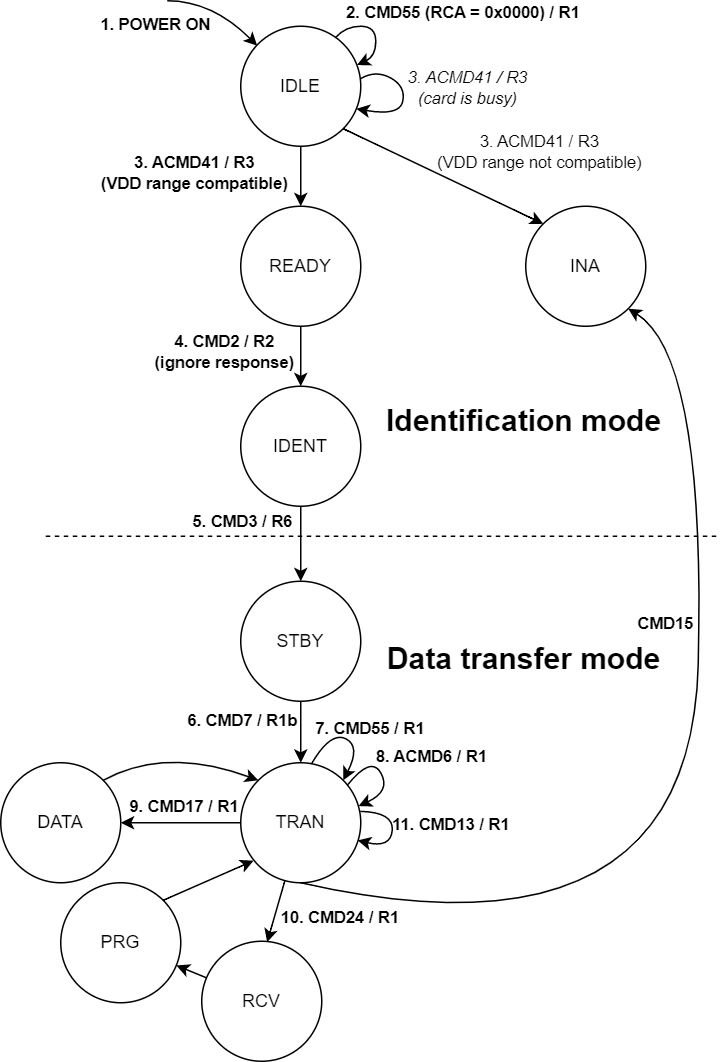
Earlier version of the draw.io export docs/SD/SD_card_states.png (sirazenkov/GhostSD). Source tidied: cells renumbered, new cells last; positions are measured from the earlier drawing's top-left corner, leaving out a move shared by most shapes.
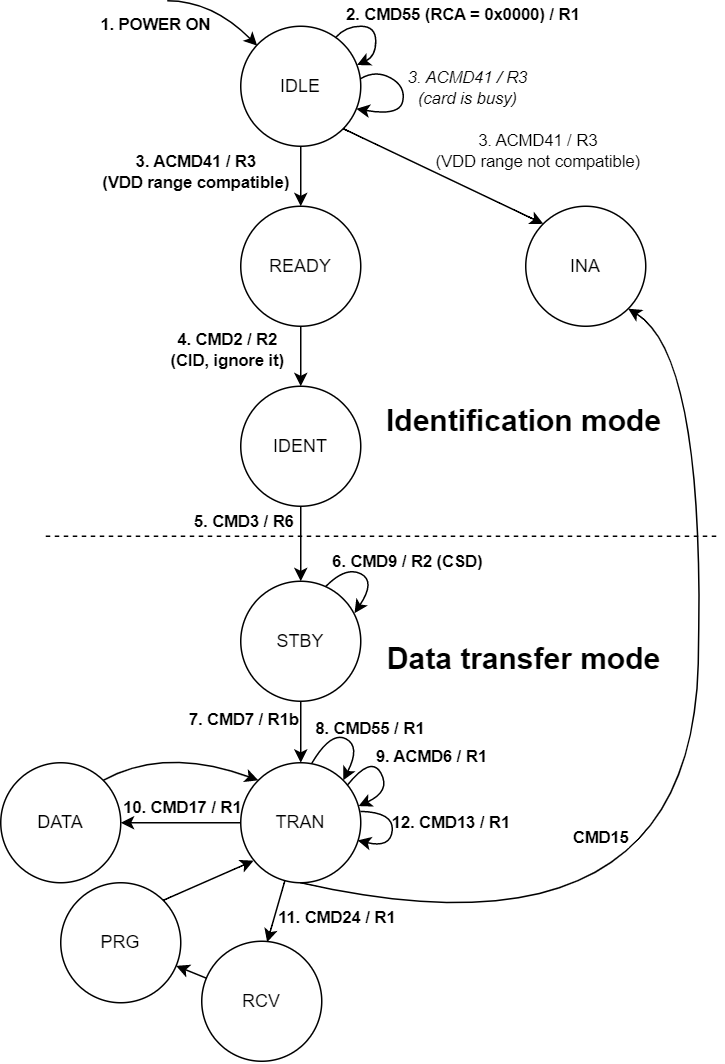
After the commit.

Diff of the diagram source:
```diff
@@ -78,9 +78,9 @@
         <mxPoint x="200" y="257" as="targetPoint" />
       </mxGeometry>
     </mxCell>
-    <mxCell id="17" value="&lt;b style=&quot;&quot;&gt;4. CMD2 / R2&lt;br&gt;(ignore response)&lt;br&gt;&lt;/b&gt;" style="edgeLabel;html=1;align=center;verticalAlign=middle;labelBackgroundColor=none;" parent="16" vertex="1">
+    <mxCell id="17" value="&lt;b style=&quot;&quot;&gt;4. CMD2 / R2&lt;br&gt;(CID, ignore it)&lt;br&gt;&lt;/b&gt;" style="edgeLabel;html=1;align=center;verticalAlign=middle;labelBackgroundColor=none;" parent="16" vertex="1">
       <mxGeometry x="-0.1" y="-1" relative="1" as="geometry">
-        <mxPoint x="-50" y="-2" as="offset" />
+        <mxPoint x="-49" y="-2" as="offset" />
       </mxGeometry>
     </mxCell>
     <mxCell id="18" value="STBY" style="ellipse;whiteSpace=wrap;html=1;" parent="1" vertex="1">
@@ -114,7 +114,7 @@
     <mxCell id="25" style="endArrow=classic;html=1;rounded=0;fontSize=20;entryX=0.5;entryY=0;entryDx=0;entryDy=0;exitX=0.5;exitY=1;exitDx=0;exitDy=0;" parent="1" edge="1" source="18" target="24">
       <mxGeometry relative="1" as="geometry" />
     </mxCell>
-    <mxCell id="26" value="&lt;span style=&quot;font-size: 11px;&quot;&gt;&lt;b&gt;6. CMD7 / R1b&lt;/b&gt;&lt;/span&gt;" style="edgeLabel;html=1;align=center;verticalAlign=middle;fontSize=20;labelBackgroundColor=none;" parent="25" vertex="1">
+    <mxCell id="26" value="&lt;span style=&quot;font-size: 11px;&quot;&gt;&lt;b&gt;7. CMD7 / R1b&lt;/b&gt;&lt;/span&gt;" style="edgeLabel;html=1;align=center;verticalAlign=middle;fontSize=20;labelBackgroundColor=none;" parent="25" vertex="1">
       <mxGeometry x="0.56" y="1" relative="1" as="geometry">
         <mxPoint x="-40" y="-24" as="offset" />
       </mxGeometry>
@@ -128,7 +128,7 @@
         </Array>
       </mxGeometry>
     </mxCell>
-    <mxCell id="28" value="&lt;b style=&quot;&quot;&gt;7. CMD55 / R1&lt;/b&gt;" style="edgeLabel;html=1;align=center;verticalAlign=middle;labelBackgroundColor=none;" parent="27" vertex="1">
+    <mxCell id="28" value="&lt;b style=&quot;&quot;&gt;8. CMD55 / R1&lt;/b&gt;" style="edgeLabel;html=1;align=center;verticalAlign=middle;labelBackgroundColor=none;" parent="27" vertex="1">
       <mxGeometry x="-0.1" y="-1" relative="1" as="geometry">
         <mxPoint x="19" y="-7" as="offset" />
       </mxGeometry>
@@ -136,9 +136,9 @@
     <mxCell id="29" style="curved=1;endArrow=classic;html=1;rounded=0;exitX=0;exitY=0.5;exitDx=0;exitDy=0;entryX=1;entryY=0.5;entryDx=0;entryDy=0;" parent="1" edge="1" source="24" target="33">
       <mxGeometry relative="1" as="geometry" />
     </mxCell>
-    <mxCell id="30" value="&lt;b&gt;9. CMD17 / R1&lt;/b&gt;" style="edgeLabel;html=1;align=center;verticalAlign=middle;fontSize=11;labelBackgroundColor=none;" parent="29" vertex="1">
+    <mxCell id="30" value="&lt;b&gt;10. CMD17 / R1&lt;/b&gt;" style="edgeLabel;html=1;align=center;verticalAlign=middle;fontSize=11;labelBackgroundColor=none;" parent="29" vertex="1">
       <mxGeometry x="-0.38" relative="1" as="geometry">
-        <mxPoint x="-14" y="-11" as="offset" />
+        <mxPoint x="-15" y="-11" as="offset" />
       </mxGeometry>
     </mxCell>
     <mxCell id="31" style="curved=1;endArrow=classic;html=1;rounded=0;exitX=0.926;exitY=0.237;exitDx=0;exitDy=0;exitPerimeter=0;entryX=0.982;entryY=0.361;entryDx=0;entryDy=0;entryPerimeter=0;" parent="1" edge="1" target="24">
@@ -150,7 +150,7 @@
         </Array>
       </mxGeometry>
     </mxCell>
-    <mxCell id="32" value="&lt;b style=&quot;&quot;&gt;8. ACMD6 / R1&lt;/b&gt;" style="edgeLabel;html=1;align=center;verticalAlign=middle;labelBackgroundColor=none;" parent="31" vertex="1">
+    <mxCell id="32" value="&lt;b style=&quot;&quot;&gt;9. ACMD6 / R1&lt;/b&gt;" style="edgeLabel;html=1;align=center;verticalAlign=middle;labelBackgroundColor=none;" parent="31" vertex="1">
       <mxGeometry x="-0.1" y="-1" relative="1" as="geometry">
         <mxPoint x="36" y="-8" as="offset" />
       </mxGeometry>
@@ -174,9 +174,9 @@
     <mxCell id="37" style="curved=1;endArrow=classic;html=1;rounded=0;exitX=0.367;exitY=0.985;exitDx=0;exitDy=0;entryX=0.545;entryY=0.008;entryDx=0;entryDy=0;entryPerimeter=0;exitPerimeter=0;" parent="1" edge="1" source="24" target="36">
       <mxGeometry relative="1" as="geometry" />
     </mxCell>
-    <mxCell id="38" value="&lt;b&gt;10. CMD24 / R1&lt;/b&gt;" style="edgeLabel;html=1;align=center;verticalAlign=middle;fontSize=11;labelBackgroundColor=none;" parent="37" vertex="1">
+    <mxCell id="38" value="&lt;b&gt;11. CMD24 / R1&lt;/b&gt;" style="edgeLabel;html=1;align=center;verticalAlign=middle;fontSize=11;labelBackgroundColor=none;" parent="37" vertex="1">
       <mxGeometry x="-0.38" relative="1" as="geometry">
-        <mxPoint x="40" y="11" as="offset" />
+        <mxPoint x="38" y="11" as="offset" />
       </mxGeometry>
     </mxCell>
     <mxCell id="39" value="PRG" style="ellipse;whiteSpace=wrap;html=1;" parent="1" vertex="1">
@@ -195,7 +195,7 @@
     </mxCell>
     <mxCell id="42" value="&lt;b&gt;CMD15&lt;/b&gt;" style="edgeLabel;html=1;align=center;verticalAlign=middle;fontSize=11;" parent="41" vertex="1">
       <mxGeometry x="0.35" relative="1" as="geometry">
-        <mxPoint x="-23" y="-1" as="offset" />
+        <mxPoint x="-66" y="141" as="offset" />
       </mxGeometry>
     </mxCell>
     <mxCell id="43" style="curved=1;endArrow=classic;html=1;rounded=0;exitX=0.997;exitY=0.43;exitDx=0;exitDy=0;exitPerimeter=0;entryX=0.974;entryY=0.672;entryDx=0;entryDy=0;entryPerimeter=0;" parent="1" edge="1">
@@ -208,10 +208,23 @@
         </Array>
       </mxGeometry>
     </mxCell>
-    <mxCell id="44" value="&lt;b style=&quot;&quot;&gt;11. CMD13 / R1&lt;/b&gt;" style="edgeLabel;html=1;align=center;verticalAlign=middle;labelBackgroundColor=none;" parent="43" vertex="1">
+    <mxCell id="44" value="&lt;b style=&quot;&quot;&gt;12. CMD13 / R1&lt;/b&gt;" style="edgeLabel;html=1;align=center;verticalAlign=middle;labelBackgroundColor=none;" parent="43" vertex="1">
       <mxGeometry x="-0.1" y="-1" relative="1" as="geometry">
         <mxPoint x="39" y="-2" as="offset" />
       </mxGeometry>
     </mxCell>
+    <mxCell id="45" style="curved=1;endArrow=classic;html=1;rounded=0;exitX=0.709;exitY=0.043;exitDx=0;exitDy=0;exitPerimeter=0;entryX=0.948;entryY=0.266;entryDx=0;entryDy=0;entryPerimeter=0;" parent="1" edge="1" source="18" target="18">
+      <mxGeometry relative="1" as="geometry">
+        <Array as="points">
+          <mxPoint x="230" y="377" />
+          <mxPoint x="250" y="387" />
+        </Array>
+      </mxGeometry>
+    </mxCell>
+    <mxCell id="46" value="&lt;b style=&quot;&quot;&gt;6. CMD9 / R2 (CSD)&lt;/b&gt;" style="edgeLabel;html=1;align=center;verticalAlign=middle;labelBackgroundColor=none;" parent="45" vertex="1">
+      <mxGeometry x="-0.1" y="-1" relative="1" as="geometry">
+        <mxPoint x="30" y="-10" as="offset" />
+      </mxGeometry>
+    </mxCell>
   </root>
 </mxGraphModel>
```
